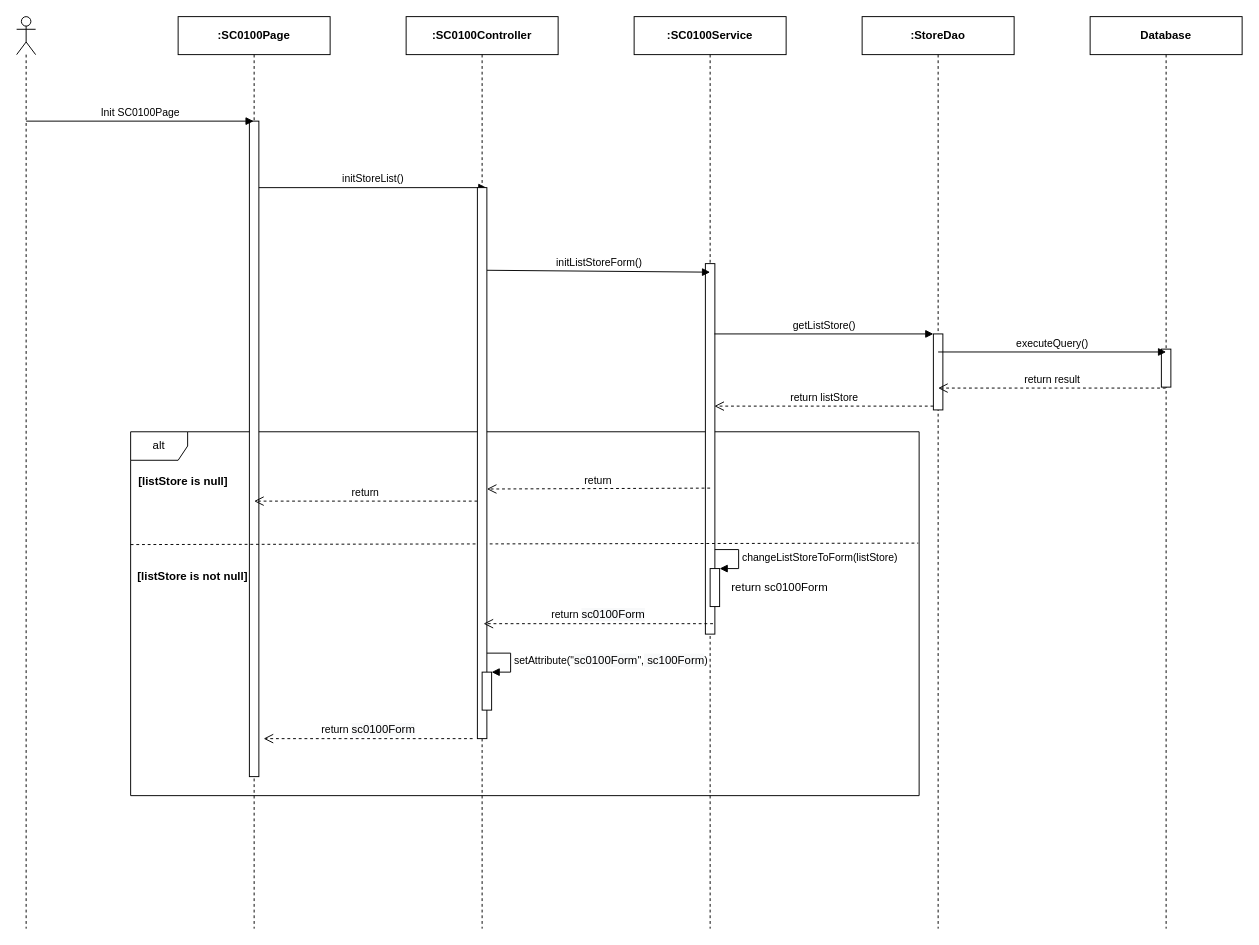
Before: page "Ev01" (1 of 4) of 2. Approved/SEQ Diagram/sc01/SC0100_StoreManage.drawio in luannmdev/CapstoneDocument, a draw.io diagram. Source tidied: cells renumbered, new cells numbered last; positions are measured from the earlier drawing's top-left corner, leaving out a move shared by most shapes. Both pictures are drawn from the tidied source at 95%, with x=0, y=0 at pixel (16, 16).
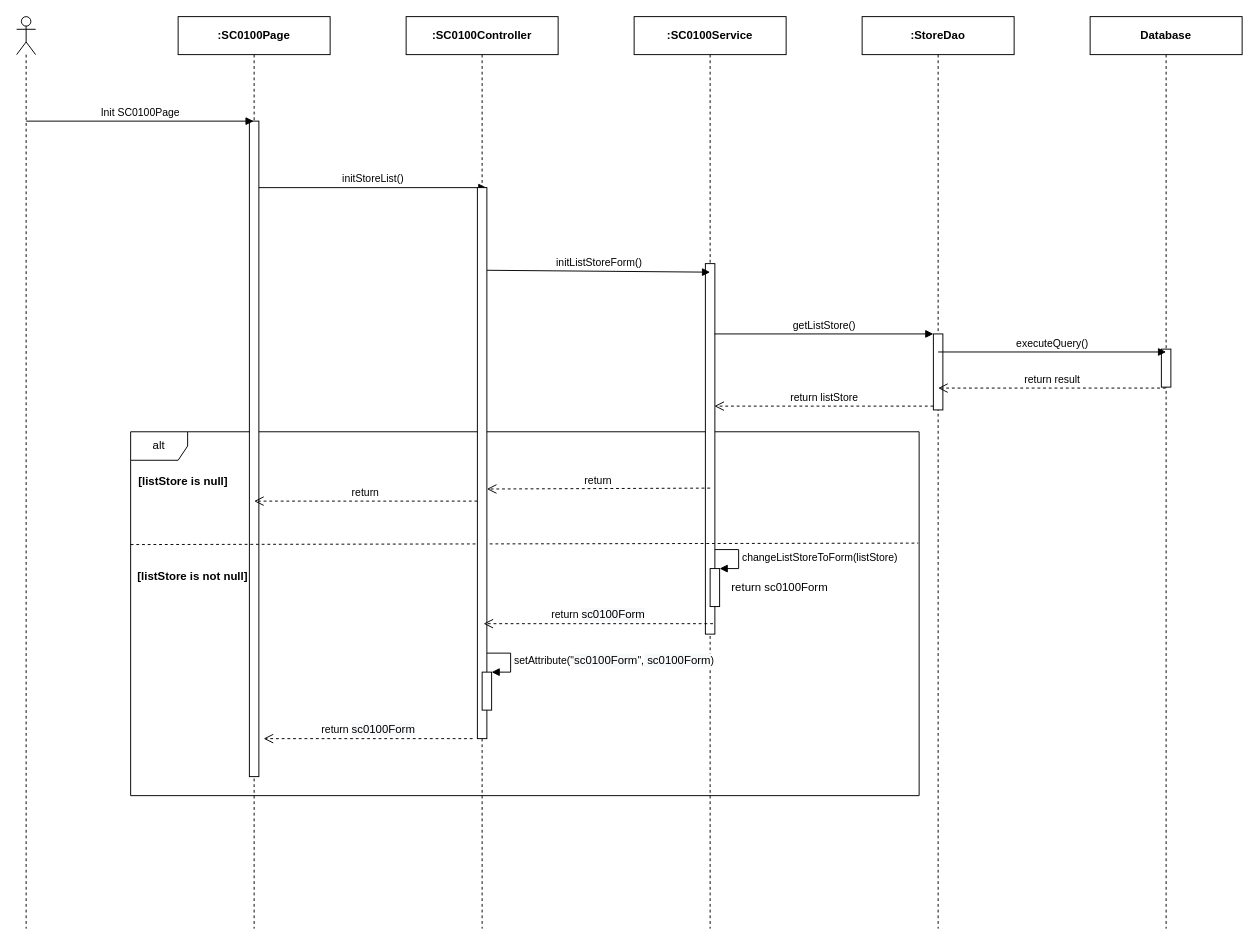
The same diagram, later.

Unchanged cells that the change refers to:
```xml
<mxCell id="31" style="html=1;points=[];perimeter=orthogonalPerimeter;" parent="1" vertex="1">
  <mxGeometry x="490" y="690" width="10" height="40" as="geometry" />
</mxCell>
```

Change to the diagram source:
```diff
@@
-    <mxCell id="32" value="&lt;div style=&quot;text-align: center&quot;&gt;setAttribute(&quot;&lt;span style=&quot;font-size: 12px ; text-align: center ; background-color: rgb(248 , 249 , 250)&quot;&gt;sc0100Form&lt;/span&gt;&quot;,&lt;span style=&quot;font-size: 12px ; background-color: rgb(248 , 249 , 250)&quot;&gt;&amp;nbsp;sc100Form&lt;/span&gt;)&lt;/div&gt;" style="edgeStyle=orthogonalEdgeStyle;html=1;align=left;spacingLeft=2;endArrow=block;rounded=0;entryX=1;entryY=0;" parent="1" edge="1" target="31">
+    <mxCell id="32" value="&lt;div style=&quot;text-align: center&quot;&gt;setAttribute(&quot;&lt;span style=&quot;font-size: 12px ; text-align: center ; background-color: rgb(248 , 249 , 250)&quot;&gt;sc0100Form&lt;/span&gt;&quot;,&lt;span style=&quot;font-size: 12px ; background-color: rgb(248 , 249 , 250)&quot;&gt;&amp;nbsp;sc0100Form&lt;/span&gt;)&lt;/div&gt;" style="edgeStyle=orthogonalEdgeStyle;html=1;align=left;spacingLeft=2;endArrow=block;rounded=0;entryX=1;entryY=0;" parent="1" edge="1" target="31">
       <mxGeometry relative="1" as="geometry">
         <mxPoint x="495" y="670" as="sourcePoint" />
         <Array as="points">
           <mxPoint x="520" y="670" />
         </Array>
       </mxGeometry>
     </mxCell>
```
